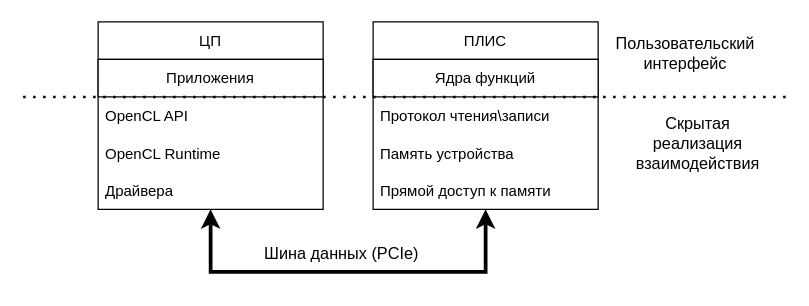
The draw.io diagram Архитектура системы.drawio in gHuwk/pics, before the edit. Source tidied: cells renumbered, new cells numbered last; positions are measured from the earlier drawing's top-left corner, leaving out a move shared by most shapes. Both pictures are drawn from the tidied source at 125%, with x=0, y=0 at pixel (22, 21).
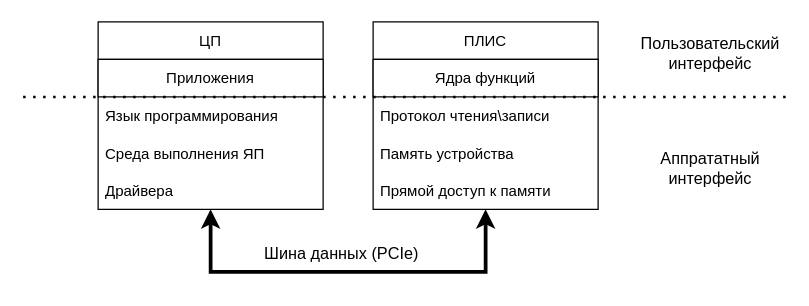
Above is the later version.

Change to the diagram source:
```diff
@@
 <mxGraphModel>
   <root>
     <mxCell id="0" />
     <mxCell id="1" parent="0" />
     <mxCell id="2" value="ЦП" style="swimlane;fontStyle=0;horizontal=1;startSize=30;" parent="1" vertex="1">
       <mxGeometry x="60" width="180" height="150" as="geometry" />
     </mxCell>
     <mxCell id="3" value="Приложения" style="rounded=0;whiteSpace=wrap;html=1;" parent="2" vertex="1">
       <mxGeometry y="30" width="180" height="30" as="geometry" />
     </mxCell>
-    <mxCell id="4" value="OpenCL API" style="text;strokeColor=none;fillColor=none;align=left;verticalAlign=middle;spacingLeft=4;spacingRight=4;overflow=hidden;" parent="2" vertex="1">
+    <mxCell id="4" value="Язык программирования" style="text;strokeColor=none;fillColor=none;align=left;verticalAlign=middle;spacingLeft=4;spacingRight=4;overflow=hidden;" parent="2" vertex="1">
       <mxGeometry y="60" width="180" height="30" as="geometry" />
     </mxCell>
-    <mxCell id="5" value="OpenCL Runtime" style="text;strokeColor=none;fillColor=none;align=left;verticalAlign=middle;spacingLeft=4;spacingRight=4;overflow=hidden;" parent="2" vertex="1">
+    <mxCell id="5" value="Среда выполнения ЯП" style="text;strokeColor=none;fillColor=none;align=left;verticalAlign=middle;spacingLeft=4;spacingRight=4;overflow=hidden;" parent="2" vertex="1">
       <mxGeometry y="90" width="180" height="30" as="geometry" />
     </mxCell>
     <mxCell id="6" value="Драйвера" style="text;strokeColor=none;fillColor=none;align=left;verticalAlign=middle;spacingLeft=4;spacingRight=4;overflow=hidden;" parent="2" vertex="1">
       <mxGeometry y="120" width="180" height="30" as="geometry" />
     </mxCell>
     <mxCell id="7" value="ПЛИС" style="swimlane;fontStyle=0;horizontal=1;startSize=30;" parent="1" vertex="1">
       <mxGeometry x="280" width="180" height="150" as="geometry" />
     </mxCell>
     <mxCell id="8" value="Ядра функций" style="rounded=0;whiteSpace=wrap;html=1;" parent="7" vertex="1">
       <mxGeometry y="30" width="180" height="30" as="geometry" />
     </mxCell>
     <mxCell id="9" value="Протокол чтения\записи" style="text;strokeColor=none;fillColor=none;align=left;verticalAlign=middle;spacingLeft=4;spacingRight=4;overflow=hidden;" parent="7" vertex="1">
       <mxGeometry y="60" width="180" height="30" as="geometry" />
     </mxCell>
     <mxCell id="10" value="Память устройства" style="text;strokeColor=none;fillColor=none;align=left;verticalAlign=middle;spacingLeft=4;spacingRight=4;overflow=hidden;" parent="7" vertex="1">
       <mxGeometry y="90" width="180" height="30" as="geometry" />
     </mxCell>
     <mxCell id="11" value="Прямой доступ к памяти" style="text;strokeColor=none;fillColor=none;align=left;verticalAlign=middle;spacingLeft=4;spacingRight=4;overflow=hidden;" parent="7" vertex="1">
       <mxGeometry y="120" width="180" height="30" as="geometry" />
     </mxCell>
     <mxCell id="12" style="endArrow=none;dashed=1;html=1;dashPattern=1 3;strokeWidth=2;rounded=0;shadow=0;sketch=0;fontSize=33;" parent="1" edge="1">
       <mxGeometry relative="1" as="geometry">
         <mxPoint y="60" as="sourcePoint" />
         <mxPoint x="610" y="60" as="targetPoint" />
       </mxGeometry>
     </mxCell>
     <mxCell id="13" style="endArrow=classic;startArrow=classic;html=1;rounded=0;shadow=0;sketch=0;fontSize=7;strokeWidth=3;entryX=0.5;entryY=1;entryDx=0;entryDy=0;exitX=0.5;exitY=1;exitDx=0;exitDy=0;" parent="1" edge="1" source="7" target="2">
       <mxGeometry relative="1" as="geometry">
         <Array as="points">
           <mxPoint x="370" y="200" />
           <mxPoint x="150" y="200" />
         </Array>
       </mxGeometry>
     </mxCell>
     <mxCell id="14" value="&lt;font style=&quot;font-size: 13px;&quot;&gt;Шина данных (PCIe)&lt;br&gt;&lt;/font&gt;" style="text;html=1;strokeColor=none;fillColor=none;align=center;verticalAlign=middle;whiteSpace=wrap;rounded=0;fontSize=7;" parent="1" vertex="1">
       <mxGeometry x="190" y="170" width="130" height="30" as="geometry" />
     </mxCell>
     <mxCell id="15" value="Пользовательский интерфейс" style="text;html=1;strokeColor=none;fillColor=none;align=center;verticalAlign=middle;whiteSpace=wrap;rounded=0;fontSize=13;" parent="1" vertex="1">
-      <mxGeometry x="500" y="10" width="60" height="30" as="geometry" />
+      <mxGeometry x="520" y="10" width="60" height="30" as="geometry" />
     </mxCell>
-    <mxCell id="16" value="&lt;div&gt;Скрытая реализация&lt;/div&gt;&lt;div&gt;взаимодействия&lt;/div&gt;&lt;div&gt;&lt;br&gt;&lt;/div&gt;" style="text;html=1;strokeColor=none;fillColor=none;align=center;verticalAlign=middle;whiteSpace=wrap;rounded=0;fontSize=13;" parent="1" vertex="1">
-      <mxGeometry x="510" y="90" width="60" height="30" as="geometry" />
+    <mxCell id="16" value="Аппрататный интерфейс&lt;br&gt;&lt;div&gt;&lt;br&gt;&lt;/div&gt;" style="text;html=1;strokeColor=none;fillColor=none;align=center;verticalAlign=middle;whiteSpace=wrap;rounded=0;fontSize=13;" parent="1" vertex="1">
+      <mxGeometry x="520" y="110" width="60" height="30" as="geometry" />
     </mxCell>
   </root>
 </mxGraphModel>
```
